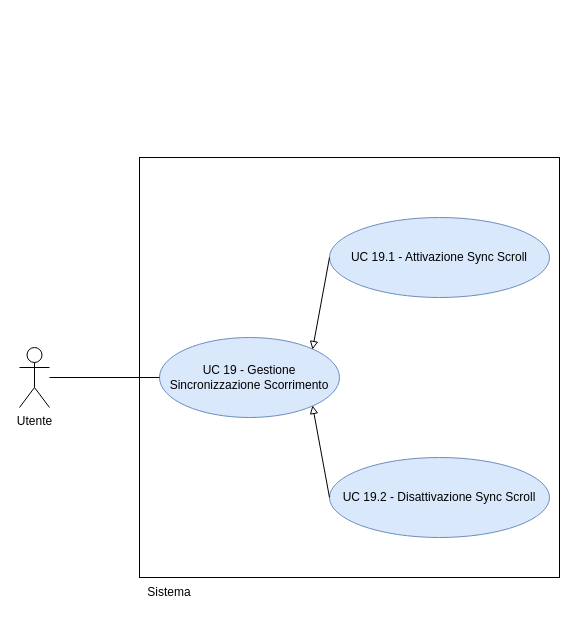
The draw.io diagram RTB/doc_esterna/analisi-dei-requisiti/assets/draw.io/UC19.drawio in thebitless-group-swe/thebitless.github.io, before the edit. Source tidied: cells renumbered, new cells numbered last; positions are measured from the earlier drawing's top-left corner, leaving out a move shared by most shapes. Both pictures are drawn from the tidied source at 100%, with x=0, y=0 at pixel (19, 157).
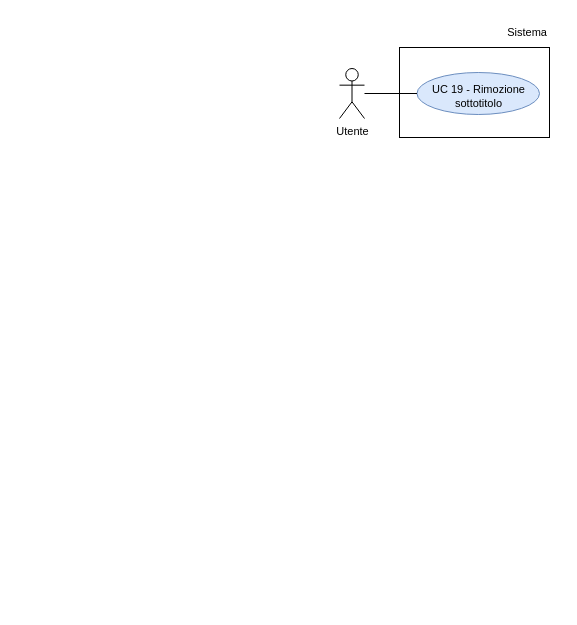
Above is the later version.

Diff of the diagram source:
```diff
@@
 <mxGraphModel>
   <root>
     <mxCell id="0" />
     <mxCell id="1" parent="0" />
-    <mxCell id="2" value="Utente" style="shape=umlActor;verticalLabelPosition=bottom;verticalAlign=top;html=1;outlineConnect=0;" parent="1" vertex="1">
-      <mxGeometry y="190" width="30" height="60" as="geometry" />
+    <mxCell id="2" value="Utente" style="shape=umlActor;verticalLabelPosition=bottom;verticalAlign=top;html=1;outlineConnect=0;fontSize=11;" parent="1" vertex="1">
+      <mxGeometry x="320" y="-89" width="25" height="50" as="geometry" />
     </mxCell>
-    <mxCell id="3" style="whiteSpace=wrap;html=1;" parent="1" vertex="1">
-      <mxGeometry x="120" width="420" height="420" as="geometry" />
-    </mxCell>
+    <mxCell id="11" style="rounded=0;whiteSpace=wrap;html=1;strokeWidth=1;" parent="1" vertex="1">
+      <mxGeometry x="380" y="-110" width="150" height="90" as="geometry" />
+    </mxCell>
-    <mxCell id="4" value="Sistema" style="text;html=1;whiteSpace=wrap;strokeColor=none;fillColor=none;align=center;verticalAlign=middle;rounded=0;" parent="1" vertex="1">
-      <mxGeometry x="120" y="420" width="60" height="30" as="geometry" />
+    <mxCell id="4" value="Sistema" style="text;html=1;whiteSpace=wrap;strokeColor=none;fillColor=none;align=right;verticalAlign=middle;fontSize=11;" parent="1" vertex="1">
+      <mxGeometry x="470" y="-140" width="60" height="30" as="geometry" />
     </mxCell>
-    <mxCell id="5" value="UC 19 - Gestione Sincronizzazione Scorrimento" style="ellipse;whiteSpace=wrap;html=1;fillColor=#dae8fc;strokeColor=#6c8ebf;" parent="1" vertex="1">
-      <mxGeometry x="140" y="180" width="180" height="80" as="geometry" />
-    </mxCell>
-    <mxCell id="6" style="edgeStyle=orthogonalEdgeStyle;rounded=0;jettySize=auto;html=1;endArrow=none;endFill=0;" parent="1" edge="1" source="2" target="5">
-      <mxGeometry relative="1" as="geometry" />
-    </mxCell>
-    <mxCell id="7" value="UC 19.1 - Attivazione Sync Scroll" style="ellipse;whiteSpace=wrap;html=1;fillColor=#dae8fc;strokeColor=#6c8ebf;" parent="1" vertex="1">
-      <mxGeometry x="310" y="60" width="220" height="80" as="geometry" />
-    </mxCell>
-    <mxCell id="8" value="UC 19.2 - Disattivazione Sync Scroll" style="ellipse;whiteSpace=wrap;html=1;fillColor=#dae8fc;strokeColor=#6c8ebf;" parent="1" vertex="1">
-      <mxGeometry x="310" y="300" width="220" height="80" as="geometry" />
-    </mxCell>
-    <mxCell id="9" style="endArrow=block;endFill=0;html=1;rounded=0;exitX=0;exitY=0.5;exitDx=0;exitDy=0;entryX=0.85;entryY=0.15;entryDx=0;entryDy=0;entryPerimeter=0;" parent="1" edge="1" source="7" target="5">
-      <mxGeometry relative="1" as="geometry" />
-    </mxCell>
-    <mxCell id="10" style="endArrow=block;endFill=0;html=1;rounded=0;exitX=0;exitY=0.5;exitDx=0;exitDy=0;entryX=0.85;entryY=0.85;entryDx=0;entryDy=0;entryPerimeter=0;" parent="1" edge="1" source="8" target="5">
-      <mxGeometry relative="1" as="geometry" />
-    </mxCell>
+    <mxCell id="12" value="&lt;div&gt;UC 19 - Rimozione sottotitolo&lt;/div&gt;" style="ellipse;whiteSpace=wrap;html=1;fillColor=#dae8fc;strokeColor=#6c8ebf;fontSize=11;convertToSvg=1;svgWhiteSpace=wrap;labelBorderColor=none;labelBackgroundColor=none;spacingBottom=-5;" parent="1" vertex="1">
+      <mxGeometry x="397.5" y="-85" width="122.5" height="42" as="geometry" />
+    </mxCell>
+    <mxCell id="13" style="edgeStyle=none;rounded=0;jettySize=auto;html=1;endArrow=none;endFill=0;" parent="1" edge="1" source="2" target="12">
+      <mxGeometry relative="1" as="geometry" />
+    </mxCell>
+    <mxCell id="14" style="edgeStyle=orthogonalEdgeStyle;rounded=0;orthogonalLoop=1;jettySize=auto;html=1;exitX=0.5;exitY=1;exitDx=0;exitDy=0;" parent="1" edge="1" source="4" target="4">
+      <mxGeometry relative="1" as="geometry" />
+    </mxCell>
   </root>
 </mxGraphModel>
```
